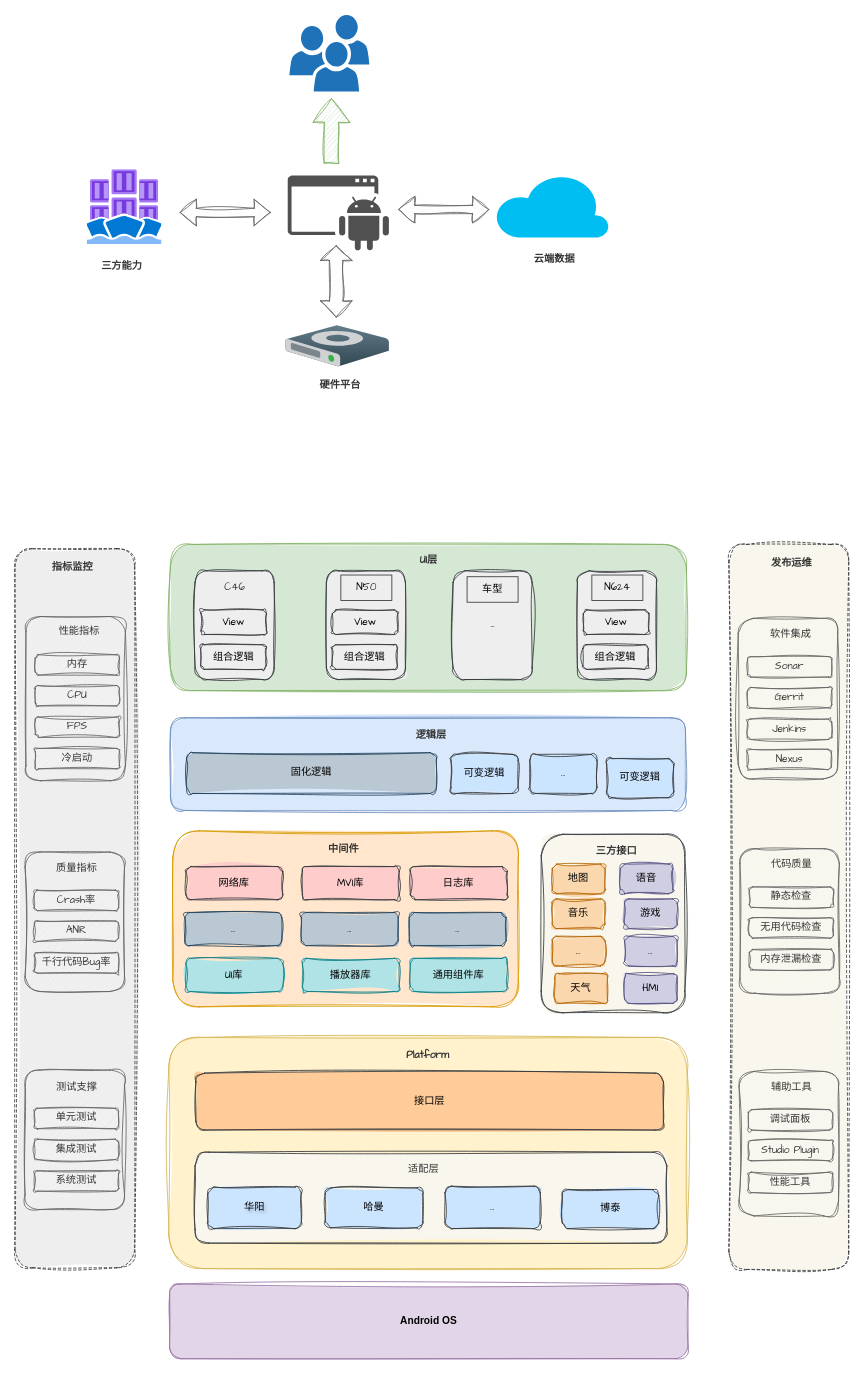
TryLoveCatch/charts keeps this draw.io diagram as PPT.drawio. Above is the earlier version. Source tidied: cells renumbered, new cells numbered last; positions are measured from the earlier drawing's top-left corner, leaving out a move shared by most shapes. Both pictures are drawn from the tidied source at 85%, with x=0, y=0 at pixel (14, 14).
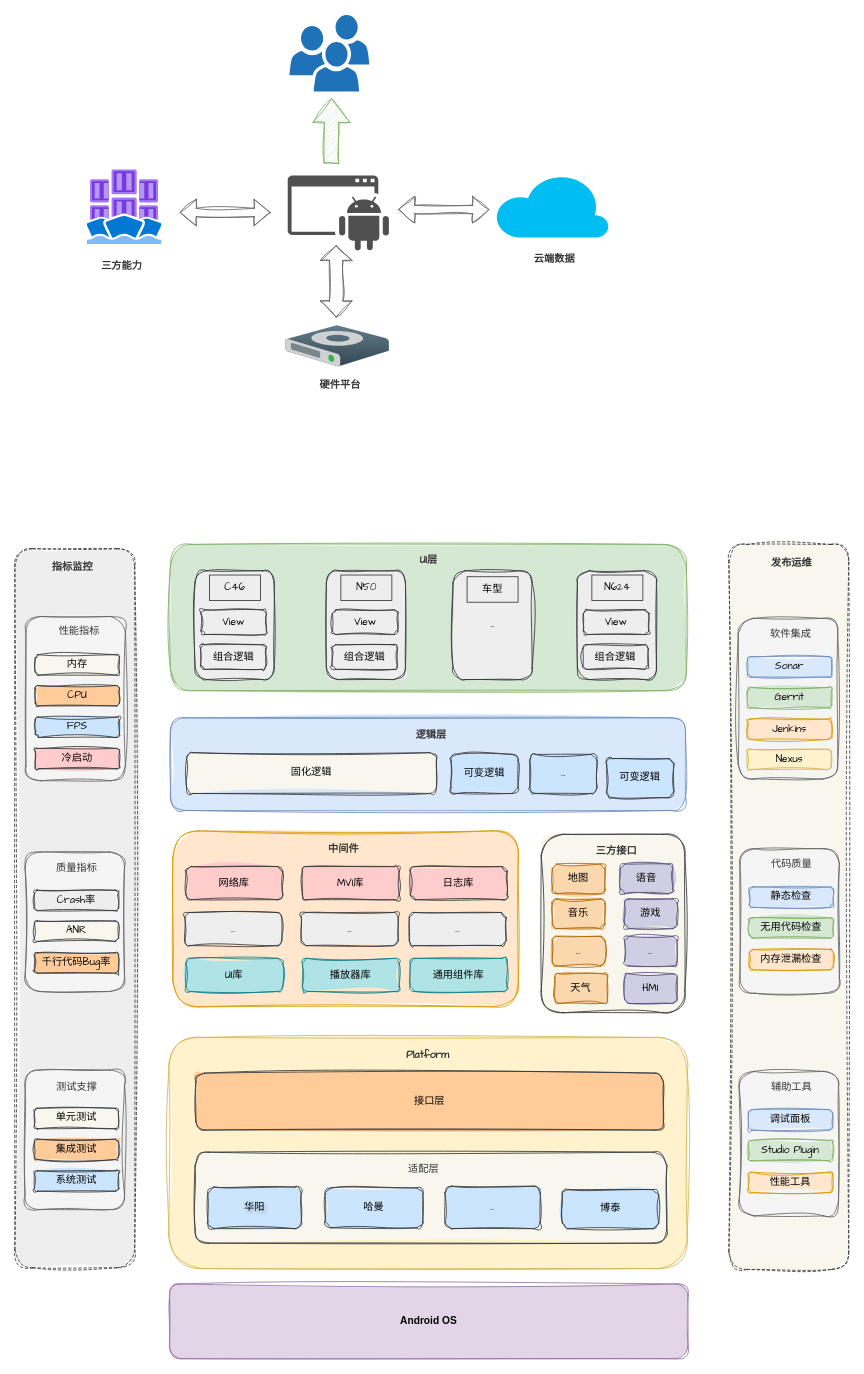
After the change.

Change to the diagram source:
```diff
@@
-    <mxCell id="39" value="..." style="rounded=1;whiteSpace=wrap;html=1;sketch=1;jiggle=2;curveFitting=1;strokeColor=#23445d;align=center;verticalAlign=middle;fontFamily=Comic Sans MS;fontSize=12;labelBackgroundColor=none;fillColor=#bac8d3;fillStyle=solid;" parent="1" vertex="1">
+    <mxCell id="39" value="..." style="rounded=1;whiteSpace=wrap;html=1;sketch=1;jiggle=2;curveFitting=1;strokeColor=#36393d;align=center;verticalAlign=middle;fontFamily=Comic Sans MS;fontSize=12;labelBackgroundColor=none;fillColor=#eeeeee;fillStyle=solid;" parent="1" vertex="1">
       <mxGeometry x="200" y="1056" width="114" height="39" as="geometry" />
     </mxCell>
-    <mxCell id="40" value="..." style="rounded=1;whiteSpace=wrap;html=1;sketch=1;jiggle=2;curveFitting=1;strokeColor=#23445d;align=center;verticalAlign=middle;fontFamily=Comic Sans MS;fontSize=12;labelBackgroundColor=none;fillColor=#bac8d3;fillStyle=solid;" parent="1" vertex="1">
+    <mxCell id="40" value="..." style="rounded=1;whiteSpace=wrap;html=1;sketch=1;jiggle=2;curveFitting=1;strokeColor=#36393d;align=center;verticalAlign=middle;fontFamily=Comic Sans MS;fontSize=12;labelBackgroundColor=none;fillColor=#eeeeee;fillStyle=solid;" parent="1" vertex="1">
       <mxGeometry x="337" y="1056" width="114" height="39" as="geometry" />
     </mxCell>
-    <mxCell id="41" value="..." style="rounded=1;whiteSpace=wrap;html=1;sketch=1;jiggle=2;curveFitting=1;strokeColor=#23445d;align=center;verticalAlign=middle;fontFamily=Comic Sans MS;fontSize=12;labelBackgroundColor=none;fillColor=#bac8d3;fillStyle=solid;" parent="1" vertex="1">
+    <mxCell id="41" value="..." style="rounded=1;whiteSpace=wrap;html=1;sketch=1;jiggle=2;curveFitting=1;strokeColor=#36393d;align=center;verticalAlign=middle;fontFamily=Comic Sans MS;fontSize=12;labelBackgroundColor=none;fillColor=#eeeeee;fillStyle=solid;" parent="1" vertex="1">
       <mxGeometry x="464" y="1056" width="114" height="39" as="geometry" />
     </mxCell>
@@
-    <mxCell id="49" value="固化逻辑" style="rounded=1;whiteSpace=wrap;html=1;sketch=1;jiggle=2;curveFitting=1;strokeColor=#23445d;align=center;verticalAlign=middle;fontFamily=Comic Sans MS;fontSize=12;labelBackgroundColor=none;fillColor=#bac8d3;fillStyle=solid;" parent="1" vertex="1">
+    <mxCell id="49" value="固化逻辑" style="rounded=1;whiteSpace=wrap;html=1;sketch=1;jiggle=2;curveFitting=1;strokeColor=#36393d;align=center;verticalAlign=middle;fontFamily=Comic Sans MS;fontSize=12;labelBackgroundColor=none;fillColor=#f9f7ed;fillStyle=solid;" parent="1" vertex="1">
       <mxGeometry x="202" y="868" width="294" height="48" as="geometry" />
     </mxCell>
@@
-    <mxCell id="58" value="C46" style="text;html=1;align=center;verticalAlign=middle;whiteSpace=wrap;rounded=0;fontFamily=Comic Sans MS;fontSize=12;fontColor=#333333;labelBackgroundColor=none;" parent="1" vertex="1">
+    <mxCell id="58" value="C46" style="text;html=1;align=center;verticalAlign=middle;whiteSpace=wrap;rounded=0;fontFamily=Comic Sans MS;fontSize=12;labelBackgroundColor=none;fillColor=#eeeeee;strokeColor=#36393d;" parent="1" vertex="1">
       <mxGeometry x="229" y="659" width="60" height="30" as="geometry" />
     </mxCell>
@@
-    <mxCell id="69" style="rounded=1;whiteSpace=wrap;html=1;sketch=1;jiggle=2;curveFitting=1;strokeColor=#666666;align=center;verticalAlign=middle;fontFamily=Comic Sans MS;fontSize=12;fontColor=#333333;labelBackgroundColor=none;fillColor=#f5f5f5;" parent="1" vertex="1">
+    <mxCell id="69" style="rounded=1;whiteSpace=wrap;html=1;sketch=1;jiggle=2;curveFitting=1;strokeColor=#666666;align=center;verticalAlign=middle;fontFamily=Comic Sans MS;fontSize=12;fontColor=#333333;labelBackgroundColor=none;fillColor=#f5f5f5;fillStyle=solid;" parent="1" vertex="1">
       <mxGeometry x="851" y="710" width="117" height="189" as="geometry" />
     </mxCell>
@@
-    <mxCell id="71" value="Sonar" style="rounded=1;whiteSpace=wrap;html=1;sketch=1;jiggle=2;curveFitting=1;strokeColor=#666666;align=center;verticalAlign=middle;fontFamily=Comic Sans MS;fontSize=12;fontColor=#333333;labelBackgroundColor=none;fillColor=#f5f5f5;" parent="1" vertex="1">
+    <mxCell id="71" value="Sonar" style="rounded=1;whiteSpace=wrap;html=1;sketch=1;jiggle=2;curveFitting=1;strokeColor=#6c8ebf;align=center;verticalAlign=middle;fontFamily=Comic Sans MS;fontSize=12;labelBackgroundColor=none;fillColor=#dae8fc;fillStyle=solid;" parent="1" vertex="1">
       <mxGeometry x="862" y="755" width="99" height="24" as="geometry" />
     </mxCell>
-    <mxCell id="72" value="Gerrit" style="rounded=1;whiteSpace=wrap;html=1;sketch=1;jiggle=2;curveFitting=1;strokeColor=#666666;align=center;verticalAlign=middle;fontFamily=Comic Sans MS;fontSize=12;fontColor=#333333;labelBackgroundColor=none;fillColor=#f5f5f5;" parent="1" vertex="1">
+    <mxCell id="72" value="Gerrit" style="rounded=1;whiteSpace=wrap;html=1;sketch=1;jiggle=2;curveFitting=1;strokeColor=#82b366;align=center;verticalAlign=middle;fontFamily=Comic Sans MS;fontSize=12;labelBackgroundColor=none;fillColor=#d5e8d4;fillStyle=solid;" parent="1" vertex="1">
       <mxGeometry x="862" y="791.2" width="99" height="24" as="geometry" />
     </mxCell>
-    <mxCell id="73" value="Jenkins" style="rounded=1;whiteSpace=wrap;html=1;sketch=1;jiggle=2;curveFitting=1;strokeColor=#666666;align=center;verticalAlign=middle;fontFamily=Comic Sans MS;fontSize=12;fontColor=#333333;labelBackgroundColor=none;fillColor=#f5f5f5;" parent="1" vertex="1">
+    <mxCell id="73" value="Jenkins" style="rounded=1;whiteSpace=wrap;html=1;sketch=1;jiggle=2;curveFitting=1;strokeColor=#d79b00;align=center;verticalAlign=middle;fontFamily=Comic Sans MS;fontSize=12;labelBackgroundColor=none;fillColor=#ffe6cc;fillStyle=solid;" parent="1" vertex="1">
       <mxGeometry x="862" y="828.5" width="99" height="24" as="geometry" />
     </mxCell>
-    <mxCell id="74" style="rounded=1;whiteSpace=wrap;html=1;sketch=1;jiggle=2;curveFitting=1;strokeColor=#666666;align=center;verticalAlign=middle;fontFamily=Comic Sans MS;fontSize=12;fontColor=#333333;labelBackgroundColor=none;fillColor=#f5f5f5;" parent="1" vertex="1">
+    <mxCell id="74" style="rounded=1;whiteSpace=wrap;html=1;sketch=1;jiggle=2;curveFitting=1;strokeColor=#666666;align=center;verticalAlign=middle;fontFamily=Comic Sans MS;fontSize=12;fontColor=#333333;labelBackgroundColor=none;fillColor=#f5f5f5;fillStyle=solid;" parent="1" vertex="1">
       <mxGeometry x="853" y="981" width="117" height="170" as="geometry" />
     </mxCell>
@@
-    <mxCell id="76" value="静态检查" style="rounded=1;whiteSpace=wrap;html=1;sketch=1;jiggle=2;curveFitting=1;strokeColor=#666666;align=center;verticalAlign=middle;fontFamily=Comic Sans MS;fontSize=12;fontColor=#333333;labelBackgroundColor=none;fillColor=#f5f5f5;" parent="1" vertex="1">
+    <mxCell id="76" value="静态检查" style="rounded=1;whiteSpace=wrap;html=1;sketch=1;jiggle=2;curveFitting=1;strokeColor=#6c8ebf;align=center;verticalAlign=middle;fontFamily=Comic Sans MS;fontSize=12;labelBackgroundColor=none;fillColor=#dae8fc;fillStyle=solid;" parent="1" vertex="1">
       <mxGeometry x="864" y="1026" width="99" height="24" as="geometry" />
     </mxCell>
-    <mxCell id="77" value="无用代码检查" style="rounded=1;whiteSpace=wrap;html=1;sketch=1;jiggle=2;curveFitting=1;strokeColor=#666666;align=center;verticalAlign=middle;fontFamily=Comic Sans MS;fontSize=12;fontColor=#333333;labelBackgroundColor=none;fillColor=#f5f5f5;" parent="1" vertex="1">
+    <mxCell id="77" value="无用代码检查" style="rounded=1;whiteSpace=wrap;html=1;sketch=1;jiggle=2;curveFitting=1;strokeColor=#82b366;align=center;verticalAlign=middle;fontFamily=Comic Sans MS;fontSize=12;labelBackgroundColor=none;fillColor=#d5e8d4;fillStyle=solid;" parent="1" vertex="1">
       <mxGeometry x="864" y="1062.2" width="99" height="24" as="geometry" />
     </mxCell>
-    <mxCell id="78" value="内存泄漏检查" style="rounded=1;whiteSpace=wrap;html=1;sketch=1;jiggle=2;curveFitting=1;strokeColor=#666666;align=center;verticalAlign=middle;fontFamily=Comic Sans MS;fontSize=12;fontColor=#333333;labelBackgroundColor=none;fillColor=#f5f5f5;" parent="1" vertex="1">
+    <mxCell id="78" value="内存泄漏检查" style="rounded=1;whiteSpace=wrap;html=1;sketch=1;jiggle=2;curveFitting=1;strokeColor=#d79b00;align=center;verticalAlign=middle;fontFamily=Comic Sans MS;fontSize=12;labelBackgroundColor=none;fillColor=#ffe6cc;fillStyle=solid;" parent="1" vertex="1">
       <mxGeometry x="864" y="1099.5" width="99" height="24" as="geometry" />
     </mxCell>
-    <mxCell id="79" value="Nexus" style="rounded=1;whiteSpace=wrap;html=1;sketch=1;jiggle=2;curveFitting=1;strokeColor=#666666;align=center;verticalAlign=middle;fontFamily=Comic Sans MS;fontSize=12;fontColor=#333333;labelBackgroundColor=none;fillColor=#f5f5f5;" parent="1" vertex="1">
+    <mxCell id="79" value="Nexus" style="rounded=1;whiteSpace=wrap;html=1;sketch=1;jiggle=2;curveFitting=1;strokeColor=#d6b656;align=center;verticalAlign=middle;fontFamily=Comic Sans MS;fontSize=12;labelBackgroundColor=none;fillColor=#fff2cc;fillStyle=solid;" parent="1" vertex="1">
       <mxGeometry x="861.5" y="864" width="99" height="24" as="geometry" />
     </mxCell>
-    <mxCell id="80" style="rounded=1;whiteSpace=wrap;html=1;sketch=1;jiggle=2;curveFitting=1;strokeColor=#666666;align=center;verticalAlign=middle;fontFamily=Comic Sans MS;fontSize=12;fontColor=#333333;labelBackgroundColor=none;fillColor=#f5f5f5;" parent="1" vertex="1">
+    <mxCell id="80" style="rounded=1;whiteSpace=wrap;html=1;sketch=1;jiggle=2;curveFitting=1;strokeColor=#666666;align=center;verticalAlign=middle;fontFamily=Comic Sans MS;fontSize=12;fontColor=#333333;labelBackgroundColor=none;fillColor=#f5f5f5;fillStyle=solid;" parent="1" vertex="1">
       <mxGeometry x="852" y="1243" width="117" height="170" as="geometry" />
     </mxCell>
@@
-    <mxCell id="82" value="调试面板" style="rounded=1;whiteSpace=wrap;html=1;sketch=1;jiggle=2;curveFitting=1;strokeColor=#666666;align=center;verticalAlign=middle;fontFamily=Comic Sans MS;fontSize=12;fontColor=#333333;labelBackgroundColor=none;fillColor=#f5f5f5;" parent="1" vertex="1">
+    <mxCell id="82" value="调试面板" style="rounded=1;whiteSpace=wrap;html=1;sketch=1;jiggle=2;curveFitting=1;strokeColor=#6c8ebf;align=center;verticalAlign=middle;fontFamily=Comic Sans MS;fontSize=12;labelBackgroundColor=none;fillColor=#dae8fc;fillStyle=solid;" parent="1" vertex="1">
       <mxGeometry x="863" y="1288" width="99" height="24" as="geometry" />
     </mxCell>
-    <mxCell id="83" value="Studio Plugin" style="rounded=1;whiteSpace=wrap;html=1;sketch=1;jiggle=2;curveFitting=1;strokeColor=#666666;align=center;verticalAlign=middle;fontFamily=Comic Sans MS;fontSize=12;fontColor=#333333;labelBackgroundColor=none;fillColor=#f5f5f5;" parent="1" vertex="1">
+    <mxCell id="83" value="Studio Plugin" style="rounded=1;whiteSpace=wrap;html=1;sketch=1;jiggle=2;curveFitting=1;strokeColor=#82b366;align=center;verticalAlign=middle;fontFamily=Comic Sans MS;fontSize=12;labelBackgroundColor=none;fillColor=#d5e8d4;fillStyle=solid;" parent="1" vertex="1">
       <mxGeometry x="863" y="1324.2" width="99" height="24" as="geometry" />
     </mxCell>
-    <mxCell id="84" value="性能工具" style="rounded=1;whiteSpace=wrap;html=1;sketch=1;jiggle=2;curveFitting=1;strokeColor=#666666;align=center;verticalAlign=middle;fontFamily=Comic Sans MS;fontSize=12;fontColor=#333333;labelBackgroundColor=none;fillColor=#f5f5f5;" parent="1" vertex="1">
+    <mxCell id="84" value="性能工具" style="rounded=1;whiteSpace=wrap;html=1;sketch=1;jiggle=2;curveFitting=1;strokeColor=#d79b00;align=center;verticalAlign=middle;fontFamily=Comic Sans MS;fontSize=12;labelBackgroundColor=none;fillColor=#ffe6cc;fillStyle=solid;" parent="1" vertex="1">
       <mxGeometry x="863" y="1361.5" width="99" height="24" as="geometry" />
     </mxCell>
-    <mxCell id="85" style="rounded=1;whiteSpace=wrap;html=1;sketch=1;jiggle=2;curveFitting=1;strokeColor=#666666;align=center;verticalAlign=middle;fontFamily=Comic Sans MS;fontSize=12;fontColor=#333333;labelBackgroundColor=none;fillColor=#f5f5f5;" parent="1" vertex="1">
+    <mxCell id="85" style="rounded=1;whiteSpace=wrap;html=1;sketch=1;jiggle=2;curveFitting=1;strokeColor=#666666;align=center;verticalAlign=middle;fontFamily=Comic Sans MS;fontSize=12;fontColor=#333333;labelBackgroundColor=none;fillColor=#f5f5f5;fillStyle=solid;" parent="1" vertex="1">
       <mxGeometry x="13" y="707.8" width="117" height="193.2" as="geometry" />
     </mxCell>
@@
-    <mxCell id="87" value="内存" style="rounded=1;whiteSpace=wrap;html=1;sketch=1;jiggle=2;curveFitting=1;strokeColor=#666666;align=center;verticalAlign=middle;fontFamily=Comic Sans MS;fontSize=12;fontColor=#333333;labelBackgroundColor=none;fillColor=#f5f5f5;" parent="1" vertex="1">
+    <mxCell id="87" value="内存" style="rounded=1;whiteSpace=wrap;html=1;sketch=1;jiggle=2;curveFitting=1;strokeColor=#36393d;align=center;verticalAlign=middle;fontFamily=Comic Sans MS;fontSize=12;labelBackgroundColor=none;fillColor=#f9f7ed;fillStyle=solid;" parent="1" vertex="1">
       <mxGeometry x="24" y="752.8" width="99" height="24" as="geometry" />
     </mxCell>
-    <mxCell id="88" value="CPU" style="rounded=1;whiteSpace=wrap;html=1;sketch=1;jiggle=2;curveFitting=1;strokeColor=#666666;align=center;verticalAlign=middle;fontFamily=Comic Sans MS;fontSize=12;fontColor=#333333;labelBackgroundColor=none;fillColor=#f5f5f5;" parent="1" vertex="1">
+    <mxCell id="88" value="CPU" style="rounded=1;whiteSpace=wrap;html=1;sketch=1;jiggle=2;curveFitting=1;strokeColor=#36393d;align=center;verticalAlign=middle;fontFamily=Comic Sans MS;fontSize=12;labelBackgroundColor=none;fillColor=#ffcc99;fillStyle=solid;" parent="1" vertex="1">
       <mxGeometry x="24" y="789" width="99" height="24" as="geometry" />
     </mxCell>
-    <mxCell id="89" value="FPS" style="rounded=1;whiteSpace=wrap;html=1;sketch=1;jiggle=2;curveFitting=1;strokeColor=#666666;align=center;verticalAlign=middle;fontFamily=Comic Sans MS;fontSize=12;fontColor=#333333;labelBackgroundColor=none;fillColor=#f5f5f5;" parent="1" vertex="1">
+    <mxCell id="89" value="FPS" style="rounded=1;whiteSpace=wrap;html=1;sketch=1;jiggle=2;curveFitting=1;strokeColor=#36393d;align=center;verticalAlign=middle;fontFamily=Comic Sans MS;fontSize=12;labelBackgroundColor=none;fillColor=#cce5ff;fillStyle=solid;" parent="1" vertex="1">
       <mxGeometry x="24" y="826.2" width="99" height="24" as="geometry" />
     </mxCell>
@@
-    <mxCell id="91" value="冷启动" style="rounded=1;whiteSpace=wrap;html=1;sketch=1;jiggle=2;curveFitting=1;strokeColor=#666666;align=center;verticalAlign=middle;fontFamily=Comic Sans MS;fontSize=12;fontColor=#333333;labelBackgroundColor=none;fillColor=#f5f5f5;" parent="1" vertex="1">
+    <mxCell id="91" value="冷启动" style="rounded=1;whiteSpace=wrap;html=1;sketch=1;jiggle=2;curveFitting=1;strokeColor=#36393d;align=center;verticalAlign=middle;fontFamily=Comic Sans MS;fontSize=12;labelBackgroundColor=none;fillColor=#ffcccc;fillStyle=solid;" parent="1" vertex="1">
       <mxGeometry x="24" y="863" width="99" height="24" as="geometry" />
     </mxCell>
-    <mxCell id="92" style="rounded=1;whiteSpace=wrap;html=1;sketch=1;jiggle=2;curveFitting=1;strokeColor=#666666;align=center;verticalAlign=middle;fontFamily=Comic Sans MS;fontSize=12;fontColor=#333333;labelBackgroundColor=none;fillColor=#f5f5f5;" parent="1" vertex="1">
+    <mxCell id="92" style="rounded=1;whiteSpace=wrap;html=1;sketch=1;jiggle=2;curveFitting=1;strokeColor=#666666;align=center;verticalAlign=middle;fontFamily=Comic Sans MS;fontSize=12;fontColor=#333333;labelBackgroundColor=none;fillColor=#f5f5f5;fillStyle=solid;" parent="1" vertex="1">
       <mxGeometry x="12" y="984.9" width="117" height="164.1" as="geometry" />
     </mxCell>
@@
-    <mxCell id="94" value="Crash率" style="rounded=1;whiteSpace=wrap;html=1;sketch=1;jiggle=2;curveFitting=1;strokeColor=#666666;align=center;verticalAlign=middle;fontFamily=Comic Sans MS;fontSize=12;fontColor=#333333;labelBackgroundColor=none;fillColor=#f5f5f5;" parent="1" vertex="1">
+    <mxCell id="94" value="Crash率" style="rounded=1;whiteSpace=wrap;html=1;sketch=1;jiggle=2;curveFitting=1;strokeColor=#36393d;align=center;verticalAlign=middle;fontFamily=Comic Sans MS;fontSize=12;labelBackgroundColor=none;fillColor=#eeeeee;fillStyle=solid;" parent="1" vertex="1">
       <mxGeometry x="23" y="1029.9" width="99" height="24" as="geometry" />
     </mxCell>
-    <mxCell id="95" value="ANR" style="rounded=1;whiteSpace=wrap;html=1;sketch=1;jiggle=2;curveFitting=1;strokeColor=#666666;align=center;verticalAlign=middle;fontFamily=Comic Sans MS;fontSize=12;fontColor=#333333;labelBackgroundColor=none;fillColor=#f5f5f5;" parent="1" vertex="1">
+    <mxCell id="95" value="ANR" style="rounded=1;whiteSpace=wrap;html=1;sketch=1;jiggle=2;curveFitting=1;strokeColor=#36393d;align=center;verticalAlign=middle;fontFamily=Comic Sans MS;fontSize=12;labelBackgroundColor=none;fillColor=#f9f7ed;fillStyle=solid;" parent="1" vertex="1">
       <mxGeometry x="23" y="1066.1" width="99" height="24" as="geometry" />
     </mxCell>
-    <mxCell id="96" value="千行代码Bug率" style="rounded=1;whiteSpace=wrap;html=1;sketch=1;jiggle=2;curveFitting=1;strokeColor=#666666;align=center;verticalAlign=middle;fontFamily=Comic Sans MS;fontSize=12;fontColor=#333333;labelBackgroundColor=none;fillColor=#f5f5f5;" parent="1" vertex="1">
+    <mxCell id="96" value="千行代码Bug率" style="rounded=1;whiteSpace=wrap;html=1;sketch=1;jiggle=2;curveFitting=1;strokeColor=#36393d;align=center;verticalAlign=middle;fontFamily=Comic Sans MS;fontSize=12;labelBackgroundColor=none;fillColor=#ffcc99;fillStyle=solid;" parent="1" vertex="1">
       <mxGeometry x="23" y="1103.4" width="99" height="24" as="geometry" />
     </mxCell>
-    <mxCell id="97" style="rounded=1;whiteSpace=wrap;html=1;sketch=1;jiggle=2;curveFitting=1;strokeColor=#666666;align=center;verticalAlign=middle;fontFamily=Comic Sans MS;fontSize=12;fontColor=#333333;labelBackgroundColor=none;fillColor=#f5f5f5;" parent="1" vertex="1">
+    <mxCell id="97" style="rounded=1;whiteSpace=wrap;html=1;sketch=1;jiggle=2;curveFitting=1;strokeColor=#666666;align=center;verticalAlign=middle;fontFamily=Comic Sans MS;fontSize=12;fontColor=#333333;labelBackgroundColor=none;fillColor=#f5f5f5;fillStyle=solid;" parent="1" vertex="1">
       <mxGeometry x="12" y="1241.4" width="117" height="164.1" as="geometry" />
     </mxCell>
@@
-    <mxCell id="99" value="单元测试" style="rounded=1;whiteSpace=wrap;html=1;sketch=1;jiggle=2;curveFitting=1;strokeColor=#666666;align=center;verticalAlign=middle;fontFamily=Comic Sans MS;fontSize=12;fontColor=#333333;labelBackgroundColor=none;fillColor=#f5f5f5;" parent="1" vertex="1">
+    <mxCell id="99" value="单元测试" style="rounded=1;whiteSpace=wrap;html=1;sketch=1;jiggle=2;curveFitting=1;strokeColor=#36393d;align=center;verticalAlign=middle;fontFamily=Comic Sans MS;fontSize=12;labelBackgroundColor=none;fillColor=#f9f7ed;fillStyle=solid;" parent="1" vertex="1">
       <mxGeometry x="23" y="1286.4" width="99" height="24" as="geometry" />
     </mxCell>
-    <mxCell id="100" value="集成测试" style="rounded=1;whiteSpace=wrap;html=1;sketch=1;jiggle=2;curveFitting=1;strokeColor=#666666;align=center;verticalAlign=middle;fontFamily=Comic Sans MS;fontSize=12;fontColor=#333333;labelBackgroundColor=none;fillColor=#f5f5f5;" parent="1" vertex="1">
+    <mxCell id="100" value="集成测试" style="rounded=1;whiteSpace=wrap;html=1;sketch=1;jiggle=2;curveFitting=1;strokeColor=#36393d;align=center;verticalAlign=middle;fontFamily=Comic Sans MS;fontSize=12;labelBackgroundColor=none;fillColor=#ffcc99;fillStyle=solid;" parent="1" vertex="1">
       <mxGeometry x="23" y="1322.7" width="99" height="24" as="geometry" />
     </mxCell>
-    <mxCell id="101" value="系统测试" style="rounded=1;whiteSpace=wrap;html=1;sketch=1;jiggle=2;curveFitting=1;strokeColor=#666666;align=center;verticalAlign=middle;fontFamily=Comic Sans MS;fontSize=12;fontColor=#333333;labelBackgroundColor=none;fillColor=#f5f5f5;" parent="1" vertex="1">
+    <mxCell id="101" value="系统测试" style="rounded=1;whiteSpace=wrap;html=1;sketch=1;jiggle=2;curveFitting=1;strokeColor=#36393d;align=center;verticalAlign=middle;fontFamily=Comic Sans MS;fontSize=12;labelBackgroundColor=none;fillColor=#cce5ff;fillStyle=solid;" parent="1" vertex="1">
       <mxGeometry x="23" y="1359.9" width="99" height="24" as="geometry" />
     </mxCell>
```
